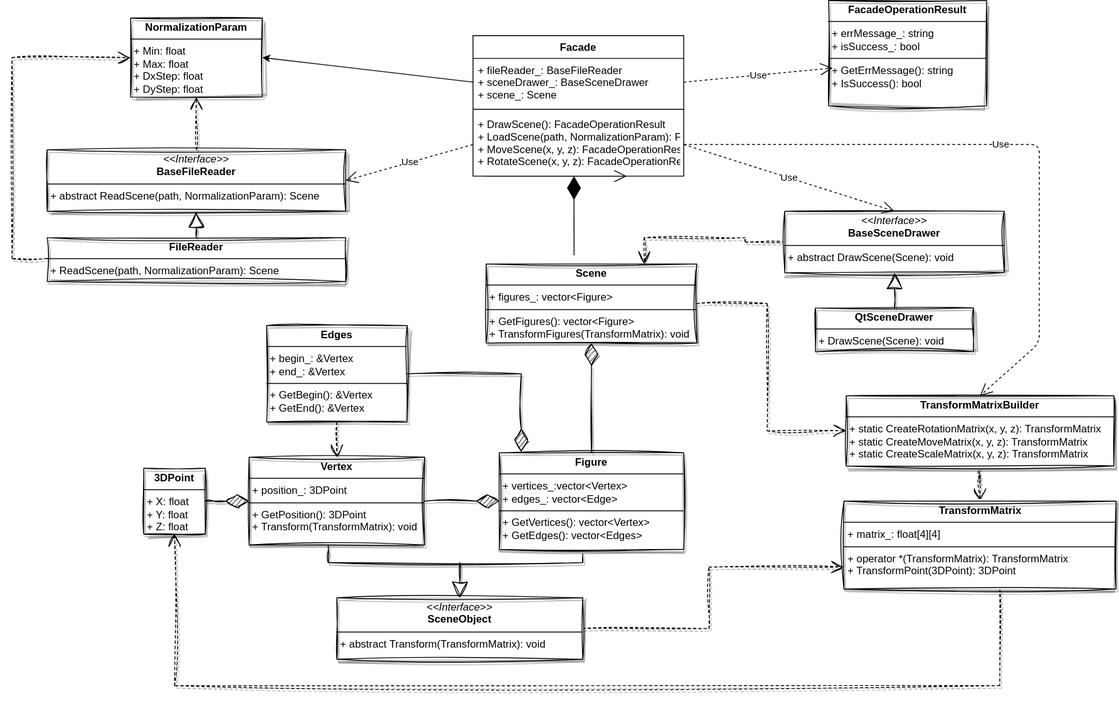
The draw.io diagram src/diagram/CPP4_3dviewer.drawio.svg in JulUvarova/3DViewer-1.0, before a commit. Source tidied: cells renumbered, new cells last; positions are measured from the earlier drawing's top-left corner, leaving out a move shared by most shapes.
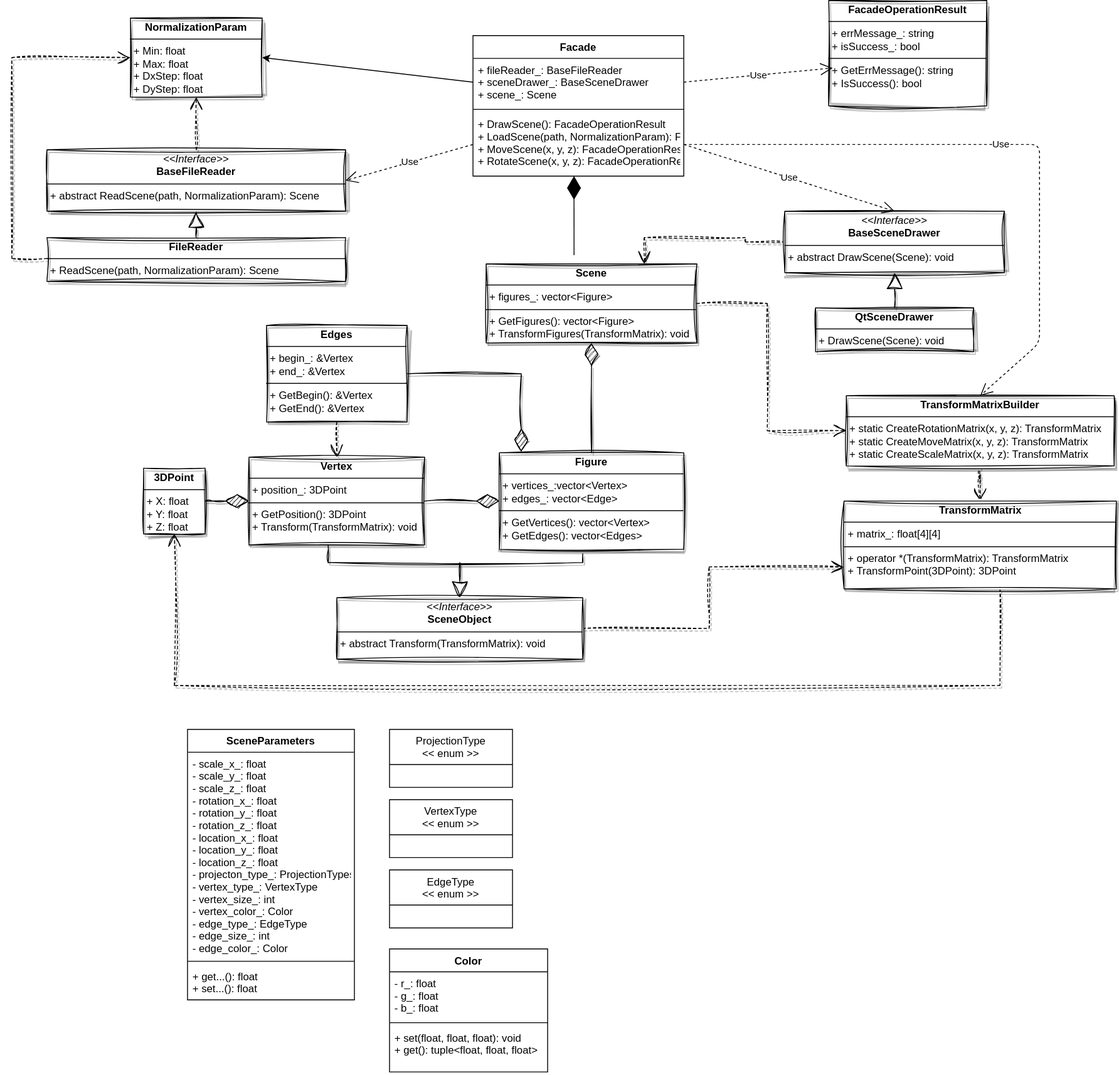
Above is the later version.

Commit message:
Upd: class diagram

What changed in the source:
```diff
@@ -143,12 +143,6 @@
     <mxCell id="39" value="Use" style="endArrow=open;endSize=12;dashed=1;html=1;entryX=1;entryY=0.5;entryDx=0;entryDy=0;exitX=0;exitY=0.5;exitDx=0;exitDy=0;" parent="1" edge="1" source="35" target="18">
       <mxGeometry relative="1" as="geometry" />
     </mxCell>
-    <mxCell id="40" style="endArrow=open;endFill=1;endSize=12;html=1;" parent="1" edge="1">
-      <mxGeometry relative="1" as="geometry">
-        <mxPoint x="540" y="200" as="sourcePoint" />
-        <mxPoint x="700" y="200" as="targetPoint" />
-      </mxGeometry>
-    </mxCell>
     <mxCell id="41" style="edgeStyle=none;html=1;exitX=0;exitY=0.5;exitDx=0;exitDy=0;entryX=1;entryY=0.5;entryDx=0;entryDy=0;" parent="1" edge="1" source="33" target="17">
       <mxGeometry relative="1" as="geometry" />
     </mxCell>
@@ -157,5 +151,38 @@
         <mxPoint x="640" y="200" as="targetPoint" />
       </mxGeometry>
     </mxCell>
+    <mxCell id="43" value="SceneParameters" style="swimlane;fontStyle=1;align=center;verticalAlign=top;horizontal=1;startSize=26;" parent="1" vertex="1">
+      <mxGeometry x="200" y="830" width="190" height="308" as="geometry" />
+    </mxCell>
+    <mxCell id="44" value="- scale_x_: float&#10;- scale_y_: float&#10;- scale_z_: float&#10;- rotation_x_: float&#10;- rotation_y_: float&#10;- rotation_z_: float&#10;- location_x_: float&#10;- location_y_: float&#10;- location_z_: float&#10;- projecton_type_: ProjectionTypes&#10;- vertex_type_: VertexType&#10;- vertex_size_: int&#10;- vertex_color_: Color&#10;- edge_type_: EdgeType&#10;- edge_size_: int&#10;- edge_color_: Color" style="text;strokeColor=none;fillColor=none;align=left;verticalAlign=top;spacingLeft=4;spacingRight=4;overflow=hidden;" parent="43" vertex="1">
+      <mxGeometry y="26" width="190" height="234" as="geometry" />
+    </mxCell>
+    <mxCell id="45" style="line;strokeWidth=1;fillColor=none;align=left;verticalAlign=middle;spacingTop=-1;spacingLeft=3;spacingRight=3;labelPosition=right;strokeColor=inherit;" parent="43" vertex="1">
+      <mxGeometry y="260" width="190" height="8" as="geometry" />
+    </mxCell>
+    <mxCell id="46" value="+ get...(): float&#10;+ set...(): float" style="text;strokeColor=none;fillColor=none;align=left;verticalAlign=top;spacingLeft=4;spacingRight=4;overflow=hidden;" parent="43" vertex="1">
+      <mxGeometry y="268" width="190" height="40" as="geometry" />
+    </mxCell>
+    <mxCell id="47" value="ProjectionType&#10;&lt;&lt; enum &gt;&gt;" style="swimlane;fontStyle=0;horizontal=1;startSize=40;fillColor=none;" parent="1" vertex="1">
+      <mxGeometry x="430" y="830" width="140" height="66" as="geometry" />
+    </mxCell>
+    <mxCell id="48" value="VertexType&#10;&lt;&lt; enum &gt;&gt;" style="swimlane;fontStyle=0;horizontal=1;startSize=40;fillColor=none;" parent="1" vertex="1">
+      <mxGeometry x="430" y="910" width="140" height="66" as="geometry" />
+    </mxCell>
+    <mxCell id="49" value="EdgeType&#10;&lt;&lt; enum &gt;&gt;" style="swimlane;fontStyle=0;horizontal=1;startSize=40;fillColor=none;" parent="1" vertex="1">
+      <mxGeometry x="430" y="990" width="140" height="66" as="geometry" />
+    </mxCell>
+    <mxCell id="50" value="Color" style="swimlane;fontStyle=1;align=center;verticalAlign=top;horizontal=1;startSize=26;" parent="1" vertex="1">
+      <mxGeometry x="430" y="1080" width="180" height="140" as="geometry" />
+    </mxCell>
+    <mxCell id="51" value="- r_: float&#10;- g_: float&#10;- b_: float" style="text;strokeColor=none;fillColor=none;align=left;verticalAlign=top;spacingLeft=4;spacingRight=4;overflow=hidden;" parent="50" vertex="1">
+      <mxGeometry y="26" width="180" height="54" as="geometry" />
+    </mxCell>
+    <mxCell id="52" style="line;strokeWidth=1;fillColor=none;align=left;verticalAlign=middle;spacingTop=-1;spacingLeft=3;spacingRight=3;labelPosition=right;strokeColor=inherit;" parent="50" vertex="1">
+      <mxGeometry y="80" width="180" height="8" as="geometry" />
+    </mxCell>
+    <mxCell id="53" value="+ set(float, float, float): void&#10;+ get(): tuple&lt;float, float, float&gt;" style="text;strokeColor=none;fillColor=none;align=left;verticalAlign=top;spacingLeft=4;spacingRight=4;overflow=hidden;" parent="50" vertex="1">
+      <mxGeometry y="88" width="180" height="52" as="geometry" />
+    </mxCell>
   </root>
 </mxGraphModel>
```
